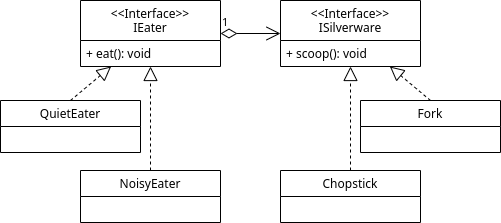
abrahammurciano/homework keeps this draw.io diagram as 3rd-Year/Object-Oriented-Programming/HW4/hw4q1b.png. Above is the earlier version. Source tidied: cells renumbered, new cells last; positions are measured from the earlier drawing's top-left corner, leaving out a move shared by most shapes. Source of this version:
```xml
<mxGraphModel>
  <root>
    <mxCell id="0" />
    <mxCell id="1" parent="0" />
    <mxCell id="2" value="&lt;&lt;Interface&gt;&gt;&#10;IEater" style="swimlane;fontStyle=0;horizontal=1;startSize=40;fillColor=none;" parent="1" vertex="1">
      <mxGeometry x="80" width="140" height="66" as="geometry" />
    </mxCell>
    <mxCell id="3" value="+ eat(): void" style="text;strokeColor=none;fillColor=none;align=left;verticalAlign=top;spacingLeft=4;spacingRight=4;overflow=hidden;" parent="2" vertex="1">
      <mxGeometry y="40" width="140" height="26" as="geometry" />
    </mxCell>
    <mxCell id="4" value="QuietEater" style="swimlane;fontStyle=0;horizontal=1;startSize=26;fillColor=none;" parent="1" vertex="1">
      <mxGeometry y="100" width="140" height="52" as="geometry" />
    </mxCell>
    <mxCell id="5" style="endArrow=block;dashed=1;endFill=0;endSize=12;html=1;exitX=0.5;exitY=0;exitDx=0;exitDy=0;" parent="1" edge="1" source="4" target="2">
      <mxGeometry relative="1" as="geometry" />
    </mxCell>
    <mxCell id="6" value="NoisyEater" style="swimlane;fontStyle=0;horizontal=1;startSize=26;fillColor=none;" parent="1" vertex="1">
      <mxGeometry x="80" y="170" width="140" height="52" as="geometry" />
    </mxCell>
    <mxCell id="7" style="endArrow=block;dashed=1;endFill=0;endSize=12;html=1;exitX=0.5;exitY=0;exitDx=0;exitDy=0;" parent="1" edge="1" source="6" target="2">
      <mxGeometry relative="1" as="geometry" />
    </mxCell>
    <mxCell id="8" value="&lt;&lt;Interface&gt;&gt;&#10;ISilverware" style="swimlane;fontStyle=0;horizontal=1;startSize=40;fillColor=none;" parent="1" vertex="1">
      <mxGeometry x="280" width="140" height="66" as="geometry" />
    </mxCell>
    <mxCell id="9" value="+ scoop(): void" style="text;strokeColor=none;fillColor=none;align=left;verticalAlign=top;spacingLeft=4;spacingRight=4;overflow=hidden;" parent="8" vertex="1">
      <mxGeometry y="40" width="140" height="26" as="geometry" />
    </mxCell>
    <mxCell id="10" value="Chopstick" style="swimlane;fontStyle=0;horizontal=1;startSize=26;fillColor=none;" parent="1" vertex="1">
      <mxGeometry x="280" y="170" width="140" height="52" as="geometry" />
    </mxCell>
    <mxCell id="11" style="endArrow=block;dashed=1;endFill=0;endSize=12;html=1;exitX=0.5;exitY=0;exitDx=0;exitDy=0;" parent="1" edge="1" source="10" target="8">
      <mxGeometry relative="1" as="geometry" />
    </mxCell>
    <mxCell id="12" value="Fork" style="swimlane;fontStyle=0;horizontal=1;startSize=26;fillColor=none;" parent="1" vertex="1">
      <mxGeometry x="360" y="100" width="140" height="52" as="geometry" />
    </mxCell>
    <mxCell id="13" style="endArrow=block;dashed=1;endFill=0;endSize=12;html=1;exitX=0.5;exitY=0;exitDx=0;exitDy=0;" parent="1" edge="1" source="12" target="8">
      <mxGeometry relative="1" as="geometry" />
    </mxCell>
    <mxCell id="14" value="1" style="endArrow=open;html=1;endSize=12;startArrow=diamondThin;startSize=14;startFill=0;edgeStyle=orthogonalEdgeStyle;align=left;verticalAlign=bottom;exitX=1;exitY=0.5;exitDx=0;exitDy=0;" parent="1" edge="1" source="2" target="8">
      <mxGeometry x="-1" y="3" relative="1" as="geometry" />
    </mxCell>
  </root>
</mxGraphModel>
```
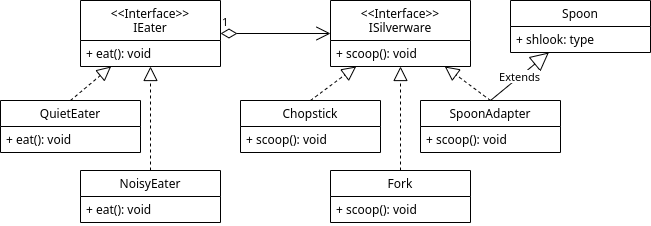
The same diagram one commit later.

What changed in the source:
```diff
@@ -11,35 +11,65 @@
     <mxCell id="4" value="QuietEater" style="swimlane;fontStyle=0;horizontal=1;startSize=26;fillColor=none;" parent="1" vertex="1">
       <mxGeometry y="100" width="140" height="52" as="geometry" />
     </mxCell>
+    <mxCell id="15" value="+ eat(): void" style="text;strokeColor=none;fillColor=none;align=left;verticalAlign=top;spacingLeft=4;spacingRight=4;overflow=hidden;" parent="4" vertex="1">
+      <mxGeometry y="26" width="140" height="26" as="geometry" />
+    </mxCell>
     <mxCell id="5" style="endArrow=block;dashed=1;endFill=0;endSize=12;html=1;exitX=0.5;exitY=0;exitDx=0;exitDy=0;" parent="1" edge="1" source="4" target="2">
       <mxGeometry relative="1" as="geometry" />
     </mxCell>
     <mxCell id="6" value="NoisyEater" style="swimlane;fontStyle=0;horizontal=1;startSize=26;fillColor=none;" parent="1" vertex="1">
       <mxGeometry x="80" y="170" width="140" height="52" as="geometry" />
     </mxCell>
+    <mxCell id="16" value="+ eat(): void" style="text;strokeColor=none;fillColor=none;align=left;verticalAlign=top;spacingLeft=4;spacingRight=4;overflow=hidden;" parent="6" vertex="1">
+      <mxGeometry y="26" width="140" height="26" as="geometry" />
+    </mxCell>
     <mxCell id="7" style="endArrow=block;dashed=1;endFill=0;endSize=12;html=1;exitX=0.5;exitY=0;exitDx=0;exitDy=0;" parent="1" edge="1" source="6" target="2">
       <mxGeometry relative="1" as="geometry" />
     </mxCell>
     <mxCell id="8" value="&lt;&lt;Interface&gt;&gt;&#10;ISilverware" style="swimlane;fontStyle=0;horizontal=1;startSize=40;fillColor=none;" parent="1" vertex="1">
-      <mxGeometry x="280" width="140" height="66" as="geometry" />
+      <mxGeometry x="330" width="140" height="66" as="geometry" />
     </mxCell>
     <mxCell id="9" value="+ scoop(): void" style="text;strokeColor=none;fillColor=none;align=left;verticalAlign=top;spacingLeft=4;spacingRight=4;overflow=hidden;" parent="8" vertex="1">
       <mxGeometry y="40" width="140" height="26" as="geometry" />
     </mxCell>
     <mxCell id="10" value="Chopstick" style="swimlane;fontStyle=0;horizontal=1;startSize=26;fillColor=none;" parent="1" vertex="1">
-      <mxGeometry x="280" y="170" width="140" height="52" as="geometry" />
+      <mxGeometry x="240" y="100" width="140" height="52" as="geometry" />
     </mxCell>
+    <mxCell id="17" value="+ scoop(): void" style="text;strokeColor=none;fillColor=none;align=left;verticalAlign=top;spacingLeft=4;spacingRight=4;overflow=hidden;" parent="10" vertex="1">
+      <mxGeometry y="26" width="140" height="26" as="geometry" />
+    </mxCell>
     <mxCell id="11" style="endArrow=block;dashed=1;endFill=0;endSize=12;html=1;exitX=0.5;exitY=0;exitDx=0;exitDy=0;" parent="1" edge="1" source="10" target="8">
       <mxGeometry relative="1" as="geometry" />
     </mxCell>
     <mxCell id="12" value="Fork" style="swimlane;fontStyle=0;horizontal=1;startSize=26;fillColor=none;" parent="1" vertex="1">
-      <mxGeometry x="360" y="100" width="140" height="52" as="geometry" />
+      <mxGeometry x="330" y="170" width="140" height="52" as="geometry" />
     </mxCell>
+    <mxCell id="18" value="+ scoop(): void" style="text;strokeColor=none;fillColor=none;align=left;verticalAlign=top;spacingLeft=4;spacingRight=4;overflow=hidden;" parent="12" vertex="1">
+      <mxGeometry y="26" width="140" height="26" as="geometry" />
+    </mxCell>
     <mxCell id="13" style="endArrow=block;dashed=1;endFill=0;endSize=12;html=1;exitX=0.5;exitY=0;exitDx=0;exitDy=0;" parent="1" edge="1" source="12" target="8">
       <mxGeometry relative="1" as="geometry" />
     </mxCell>
     <mxCell id="14" value="1" style="endArrow=open;html=1;endSize=12;startArrow=diamondThin;startSize=14;startFill=0;edgeStyle=orthogonalEdgeStyle;align=left;verticalAlign=bottom;exitX=1;exitY=0.5;exitDx=0;exitDy=0;" parent="1" edge="1" source="2" target="8">
       <mxGeometry x="-1" y="3" relative="1" as="geometry" />
     </mxCell>
+    <mxCell id="19" value="SpoonAdapter" style="swimlane;fontStyle=0;horizontal=1;startSize=26;fillColor=none;" parent="1" vertex="1">
+      <mxGeometry x="420" y="100" width="140" height="52" as="geometry" />
+    </mxCell>
+    <mxCell id="20" value="+ scoop(): void" style="text;strokeColor=none;fillColor=none;align=left;verticalAlign=top;spacingLeft=4;spacingRight=4;overflow=hidden;" parent="19" vertex="1">
+      <mxGeometry y="26" width="140" height="26" as="geometry" />
+    </mxCell>
+    <mxCell id="21" style="endArrow=block;dashed=1;endFill=0;endSize=12;html=1;exitX=0.5;exitY=0;exitDx=0;exitDy=0;" parent="1" edge="1" source="19" target="8">
+      <mxGeometry relative="1" as="geometry" />
+    </mxCell>
+    <mxCell id="22" value="Spoon" style="swimlane;fontStyle=0;horizontal=1;startSize=26;fillColor=none;" parent="1" vertex="1">
+      <mxGeometry x="510" width="140" height="52" as="geometry" />
+    </mxCell>
+    <mxCell id="23" value="+ shlook: type" style="text;strokeColor=none;fillColor=none;align=left;verticalAlign=top;spacingLeft=4;spacingRight=4;overflow=hidden;" parent="22" vertex="1">
+      <mxGeometry y="26" width="140" height="26" as="geometry" />
+    </mxCell>
+    <mxCell id="24" value="Extends" style="endArrow=block;endSize=16;endFill=0;html=1;exitX=0.5;exitY=0;exitDx=0;exitDy=0;" parent="1" edge="1" source="19" target="22">
+      <mxGeometry relative="1" as="geometry" />
+    </mxCell>
   </root>
 </mxGraphModel>
```
